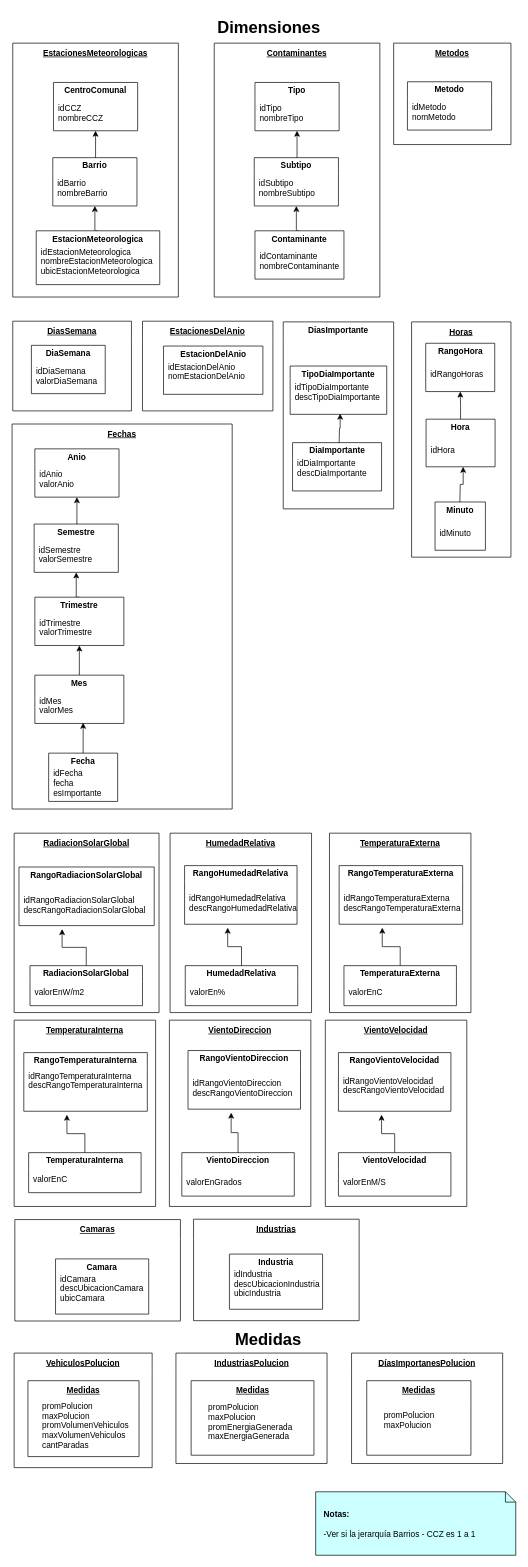
Before: 2. Diseño conceptual/Dimensiones y Medidas.drawio in gonzalomelov/dw-calidad-aire-docs, a draw.io diagram. Source tidied: cells renumbered, new cells numbered last; positions are measured from the earlier drawing's top-left corner, leaving out a move shared by most shapes. Both pictures are drawn from the tidied source at 69%, with x=0, y=0 at pixel (12, 12).
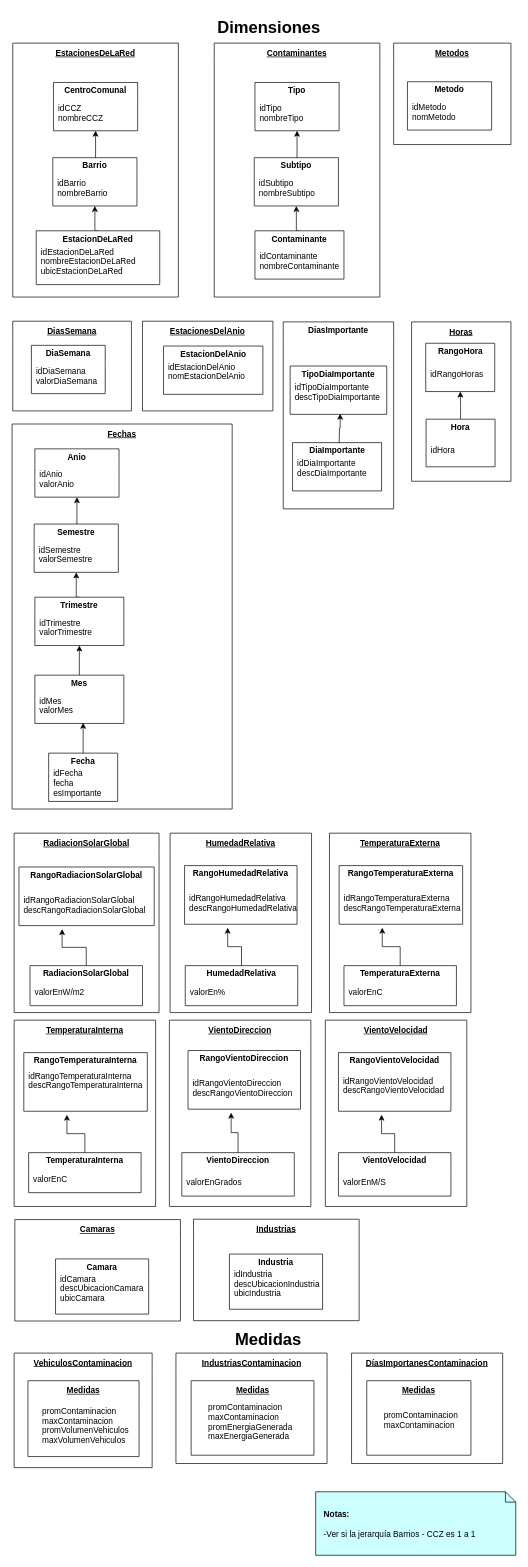
The same diagram, later.

Unchanged cells that the change refers to:
```xml
<mxCell id="15" value="Medidas" style="swimlane;swimlaneLine=0;whiteSpace=wrap;startSize=29;fontStyle=5;" parent="14" vertex="1">
  <mxGeometry x="20" y="40" width="161" height="110" as="geometry" />
</mxCell>
<mxCell id="49" value="Medidas" style="swimlane;swimlaneLine=0;whiteSpace=wrap;startSize=29;fontStyle=5;" parent="48" vertex="1">
  <mxGeometry x="22" y="40" width="151" height="108" as="geometry" />
</mxCell>
<mxCell id="52" value="Medidas" style="swimlane;swimlaneLine=0;whiteSpace=wrap;startSize=29;fontStyle=5;" parent="51" vertex="1">
  <mxGeometry x="22" y="40" width="178" height="108" as="geometry" />
</mxCell>
<mxCell id="62" value="idHora" style="text;align=left;verticalAlign=middle;" parent="61" vertex="1">
  <mxGeometry x="5" y="19" width="65" height="50" as="geometry" />
</mxCell>
```

The edit, as a diff of the source:
```diff
@@
-    <mxCell id="3" value="EstacionesMeteorologicas" style="swimlane;swimlaneLine=0;whiteSpace=wrap;startSize=29;fontStyle=5;align=center;" parent="1" vertex="1">
+    <mxCell id="3" value="EstacionesDeLaRed" style="swimlane;swimlaneLine=0;whiteSpace=wrap;startSize=29;fontStyle=5;align=center;" parent="1" vertex="1">
       <mxGeometry x="1" y="45" width="240" height="368" as="geometry" />
     </mxCell>
@@
-    <mxCell id="10" value="EstacionMeteorologica" style="swimlane;swimlaneLine=0;whiteSpace=wrap;" parent="3" vertex="1">
+    <mxCell id="10" value="EstacionDeLaRed" style="swimlane;swimlaneLine=0;whiteSpace=wrap;" parent="3" vertex="1">
       <mxGeometry x="34" y="272" width="179" height="78" as="geometry" />
     </mxCell>
-    <mxCell id="11" value="idEstacionMeteorologica&#10;nombreEstacionMeteorologica&#10;ubicEstacionMeteorologica&#10;" style="text;align=left;verticalAlign=middle;" parent="10" vertex="1">
+    <mxCell id="11" value="idEstacionDeLaRed&#10;nombreEstacionDeLaRed&#10;ubicEstacionDeLaRed&#10;" style="text;align=left;verticalAlign=middle;" parent="10" vertex="1">
       <mxGeometry x="5" y="26" width="130" height="50" as="geometry" />
     </mxCell>
@@
-    <mxCell id="14" value="VehiculosPolucion" style="swimlane;swimlaneLine=0;whiteSpace=wrap;startSize=29;fontStyle=5;" parent="1" vertex="1">
+    <mxCell id="14" value="VehiculosContaminacion" style="swimlane;swimlaneLine=0;whiteSpace=wrap;startSize=29;fontStyle=5;" parent="1" vertex="1">
       <mxGeometry x="3" y="1943.5" width="200" height="166" as="geometry" />
     </mxCell>
@@
-    <mxCell id="16" value="promPolucion&#10;maxPolucion&#10;promVolumenVehiculos&#10;maxVolumenVehiculos&#10;cantParadas&#10;" style="text;align=left;verticalAlign=middle;" parent="15" vertex="1">
+    <mxCell id="16" value="promContaminacion&#10;maxContaminacion&#10;promVolumenVehiculos&#10;maxVolumenVehiculos&#10;" style="text;align=left;verticalAlign=middle;" parent="15" vertex="1">
       <mxGeometry x="19" y="35.4" width="155" height="72.6" as="geometry" />
     </mxCell>
@@
-    <mxCell id="48" value="DíasImportanesPolucion" style="swimlane;swimlaneLine=0;whiteSpace=wrap;startSize=29;fontStyle=5;" parent="1" vertex="1">
+    <mxCell id="48" value="DíasImportanesContaminacion" style="swimlane;swimlaneLine=0;whiteSpace=wrap;startSize=29;fontStyle=5;" parent="1" vertex="1">
       <mxGeometry x="492" y="1943.5" width="219" height="160" as="geometry" />
     </mxCell>
@@
-    <mxCell id="50" value="promPolucion&#10;maxPolucion&#10;" style="text;align=left;verticalAlign=middle;" parent="49" vertex="1">
+    <mxCell id="50" value="promContaminacion&#10;maxContaminacion&#10;" style="text;align=left;verticalAlign=middle;" parent="49" vertex="1">
       <mxGeometry x="23" y="27.4" width="155" height="72.6" as="geometry" />
     </mxCell>
-    <mxCell id="51" value="IndustriasPolucion" style="swimlane;swimlaneLine=0;whiteSpace=wrap;startSize=29;fontStyle=5;" parent="1" vertex="1">
+    <mxCell id="51" value="IndustriasContaminacion" style="swimlane;swimlaneLine=0;whiteSpace=wrap;startSize=29;fontStyle=5;" parent="1" vertex="1">
       <mxGeometry x="237.5" y="1943.5" width="219" height="160" as="geometry" />
     </mxCell>
@@
-    <mxCell id="53" value="promPolucion&#10;maxPolucion&#10;promEnergiaGenerada&#10;maxEnergiaGenerada&#10;&#10;" style="text;align=left;verticalAlign=middle;" parent="52" vertex="1">
+    <mxCell id="53" value="promContaminacion&#10;maxContaminacion&#10;promEnergiaGenerada&#10;maxEnergiaGenerada&#10;&#10;" style="text;align=left;verticalAlign=middle;" parent="52" vertex="1">
       <mxGeometry x="23" y="47" width="155" height="53" as="geometry" />
     </mxCell>
@@
     <mxCell id="59" value="Horas" style="swimlane;swimlaneLine=0;whiteSpace=wrap;startSize=29;fontStyle=5;align=center;" parent="1" vertex="1">
-      <mxGeometry x="579" y="449" width="144" height="341" as="geometry" />
+      <mxGeometry x="579" y="449" width="144" height="231" as="geometry" />
     </mxCell>
@@
-    <mxCell id="65" value="Minuto" style="swimlane;swimlaneLine=0;whiteSpace=wrap;" parent="59" vertex="1">
-      <mxGeometry x="34" y="261" width="73" height="70" as="geometry" />
-    </mxCell>
-    <mxCell id="66" value="idMinuto" style="text;align=left;verticalAlign=middle;" parent="65" vertex="1">
-      <mxGeometry x="5" y="20" width="65" height="50" as="geometry" />
-    </mxCell>
-    <mxCell id="67" style="edgeStyle=orthogonalEdgeStyle;rounded=0;html=1;entryX=0.75;entryY=1;jettySize=auto;" parent="59" edge="1" target="62">
-      <mxGeometry relative="1" as="geometry">
-        <mxPoint x="70" y="261" as="sourcePoint" />
-      </mxGeometry>
-    </mxCell>
```
